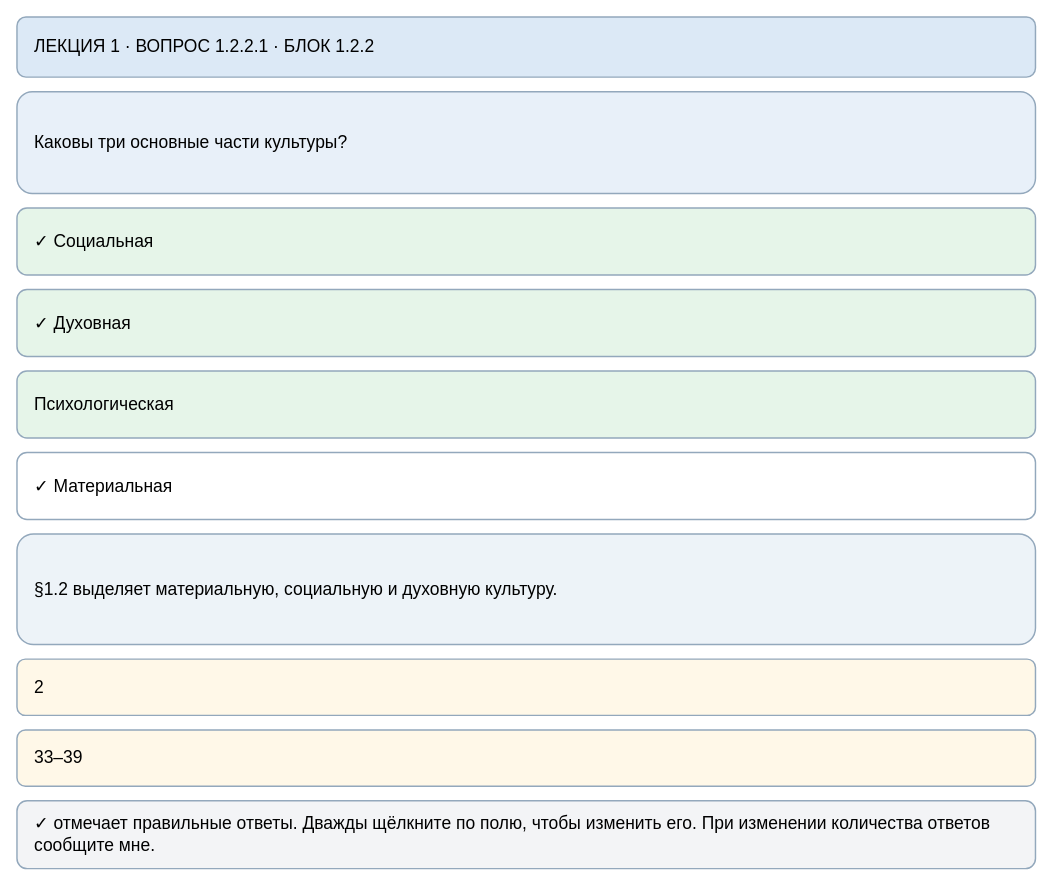
The draw.io diagram page "1.2.2.1" (5 of 36) of maps/lecture-01-test-editor.drawio in slobodatablichka/apologetika-test, before the edit. Source tidied: cells renumbered, new cells numbered last; positions are measured from the earlier drawing's top-left corner, leaving out a move shared by most shapes. Both pictures are drawn from the tidied source at 97%, with x=0, y=0 at pixel (16, 16).
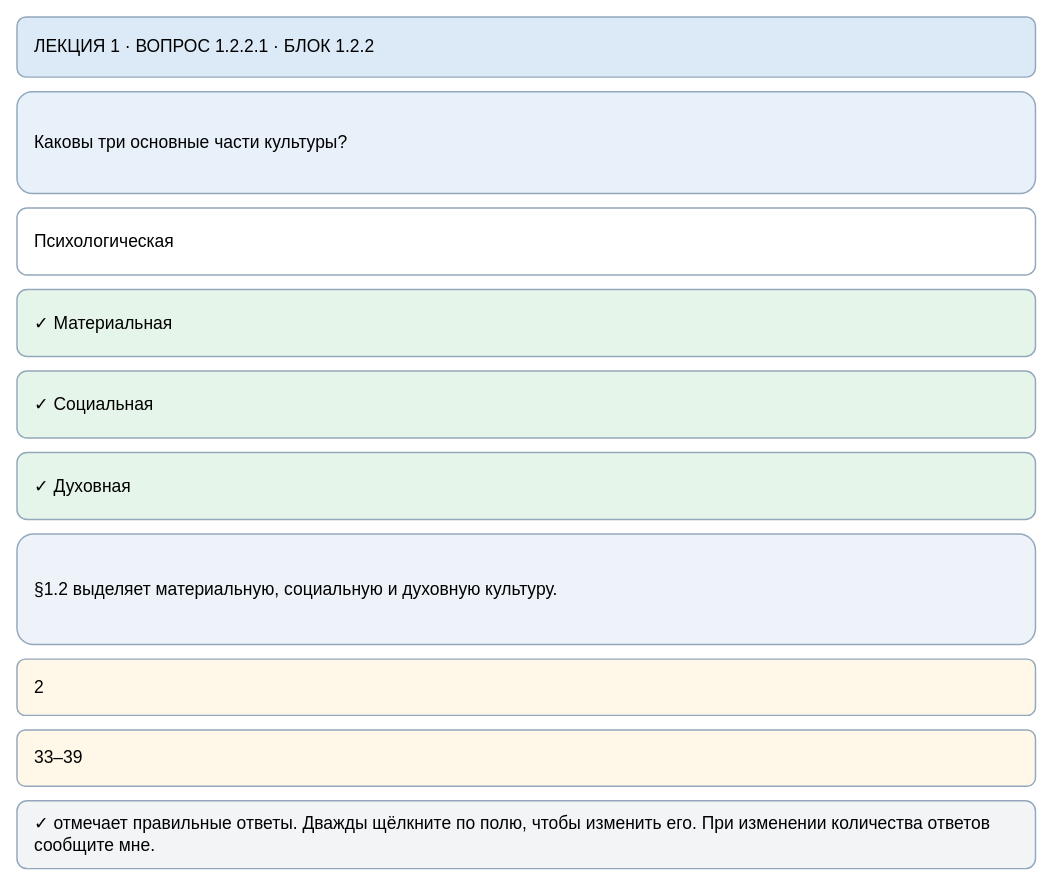
The same page after the edit.

Change to the diagram source:
```diff
@@
 <mxGraphModel>
   <root>
     <mxCell id="0" />
     <mxCell id="1" parent="0" />
     <mxCell id="2" value="ЛЕКЦИЯ 1 · ВОПРОС 1.2.2.1 · БЛОК 1.2.2" style="rounded=1;whiteSpace=wrap;html=1;align=left;verticalAlign=middle;spacingLeft=16;spacingRight=16;fontSize=18;fillColor=#dce9f6;strokeColor=#93a8bc;strokeWidth=1.5;" parent="1" vertex="1">
       <mxGeometry width="1050" height="62" as="geometry" />
     </mxCell>
     <mxCell id="3" value="Каковы три основные части культуры?" style="rounded=1;whiteSpace=wrap;html=1;align=left;verticalAlign=middle;spacingLeft=16;spacingRight=16;fontSize=18;fillColor=#e8f0f9;strokeColor=#93a8bc;strokeWidth=1.5;" parent="1" vertex="1">
       <mxGeometry y="77" width="1050" height="105" as="geometry" />
     </mxCell>
-    <mxCell id="4" value="✓ Социальная" style="rounded=1;whiteSpace=wrap;html=1;align=left;verticalAlign=middle;spacingLeft=16;spacingRight=16;fontSize=18;fillColor=#e6f5e9;strokeColor=#93a8bc;strokeWidth=1.5;" parent="1" vertex="1">
+    <mxCell id="4" value="Психологическая" style="rounded=1;whiteSpace=wrap;html=1;align=left;verticalAlign=middle;spacingLeft=16;spacingRight=16;fontSize=18;fillColor=#ffffff;strokeColor=#93a8bc;strokeWidth=1.5;" parent="1" vertex="1">
       <mxGeometry y="197" width="1050" height="69" as="geometry" />
     </mxCell>
-    <mxCell id="5" value="✓ Духовная" style="rounded=1;whiteSpace=wrap;html=1;align=left;verticalAlign=middle;spacingLeft=16;spacingRight=16;fontSize=18;fillColor=#e6f5e9;strokeColor=#93a8bc;strokeWidth=1.5;" parent="1" vertex="1">
+    <mxCell id="5" value="✓ Материальная" style="rounded=1;whiteSpace=wrap;html=1;align=left;verticalAlign=middle;spacingLeft=16;spacingRight=16;fontSize=18;fillColor=#e6f5e9;strokeColor=#93a8bc;strokeWidth=1.5;" parent="1" vertex="1">
       <mxGeometry y="281" width="1050" height="69" as="geometry" />
     </mxCell>
-    <mxCell id="6" value="Психологическая" style="rounded=1;whiteSpace=wrap;html=1;align=left;verticalAlign=middle;spacingLeft=16;spacingRight=16;fontSize=18;fillColor=#e6f5e9;strokeColor=#93a8bc;strokeWidth=1.5;" parent="1" vertex="1">
+    <mxCell id="6" value="✓ Социальная" style="rounded=1;whiteSpace=wrap;html=1;align=left;verticalAlign=middle;spacingLeft=16;spacingRight=16;fontSize=18;fillColor=#e6f5e9;strokeColor=#93a8bc;strokeWidth=1.5;" parent="1" vertex="1">
       <mxGeometry y="365" width="1050" height="69" as="geometry" />
     </mxCell>
-    <mxCell id="7" value="✓ Материальная" style="rounded=1;whiteSpace=wrap;html=1;align=left;verticalAlign=middle;spacingLeft=16;spacingRight=16;fontSize=18;fillColor=#ffffff;strokeColor=#93a8bc;strokeWidth=1.5;" parent="1" vertex="1">
+    <mxCell id="7" value="✓ Духовная" style="rounded=1;whiteSpace=wrap;html=1;align=left;verticalAlign=middle;spacingLeft=16;spacingRight=16;fontSize=18;fillColor=#e6f5e9;strokeColor=#93a8bc;strokeWidth=1.5;" parent="1" vertex="1">
       <mxGeometry y="449" width="1050" height="69" as="geometry" />
     </mxCell>
     <mxCell id="8" value="§1.2 выделяет материальную, социальную и духовную культуру." style="rounded=1;whiteSpace=wrap;html=1;align=left;verticalAlign=middle;spacingLeft=16;spacingRight=16;fontSize=18;fillColor=#edf3f8;strokeColor=#93a8bc;strokeWidth=1.5;" parent="1" vertex="1">
       <mxGeometry y="533" width="1050" height="114" as="geometry" />
     </mxCell>
     <mxCell id="9" value="2" style="rounded=1;whiteSpace=wrap;html=1;align=left;verticalAlign=middle;spacingLeft=16;spacingRight=16;fontSize=18;fillColor=#fff8e8;strokeColor=#93a8bc;strokeWidth=1.5;" parent="1" vertex="1">
       <mxGeometry y="662" width="1050" height="58" as="geometry" />
     </mxCell>
     <mxCell id="10" value="33–39" style="rounded=1;whiteSpace=wrap;html=1;align=left;verticalAlign=middle;spacingLeft=16;spacingRight=16;fontSize=18;fillColor=#fff8e8;strokeColor=#93a8bc;strokeWidth=1.5;" parent="1" vertex="1">
       <mxGeometry y="735" width="1050" height="58" as="geometry" />
     </mxCell>
     <mxCell id="11" value="✓ отмечает правильные ответы. Дважды щёлкните по полю, чтобы изменить его. При изменении количества ответов сообщите мне." style="rounded=1;whiteSpace=wrap;html=1;align=left;verticalAlign=middle;spacingLeft=16;spacingRight=16;fontSize=18;fillColor=#f3f4f6;strokeColor=#93a8bc;strokeWidth=1.5;" parent="1" vertex="1">
       <mxGeometry y="808" width="1050" height="70" as="geometry" />
     </mxCell>
   </root>
 </mxGraphModel>
```
